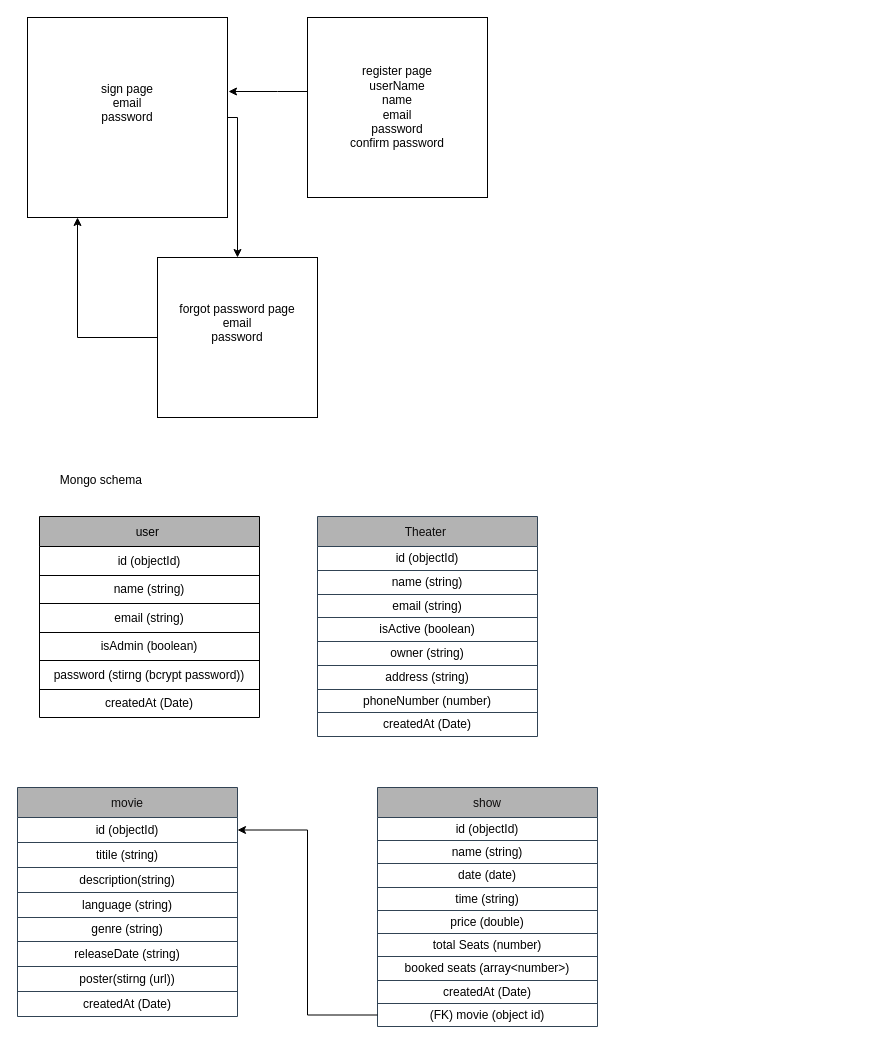
Before: Untitled Diagram.drawio in ajaychandel730/draw.io-diagram, a draw.io diagram. Source tidied: cells renumbered, new cells numbered last; positions are measured from the earlier drawing's top-left corner, leaving out a move shared by most shapes. Both pictures are drawn from the tidied source at 100%, with x=0, y=0 at pixel (17, 17).
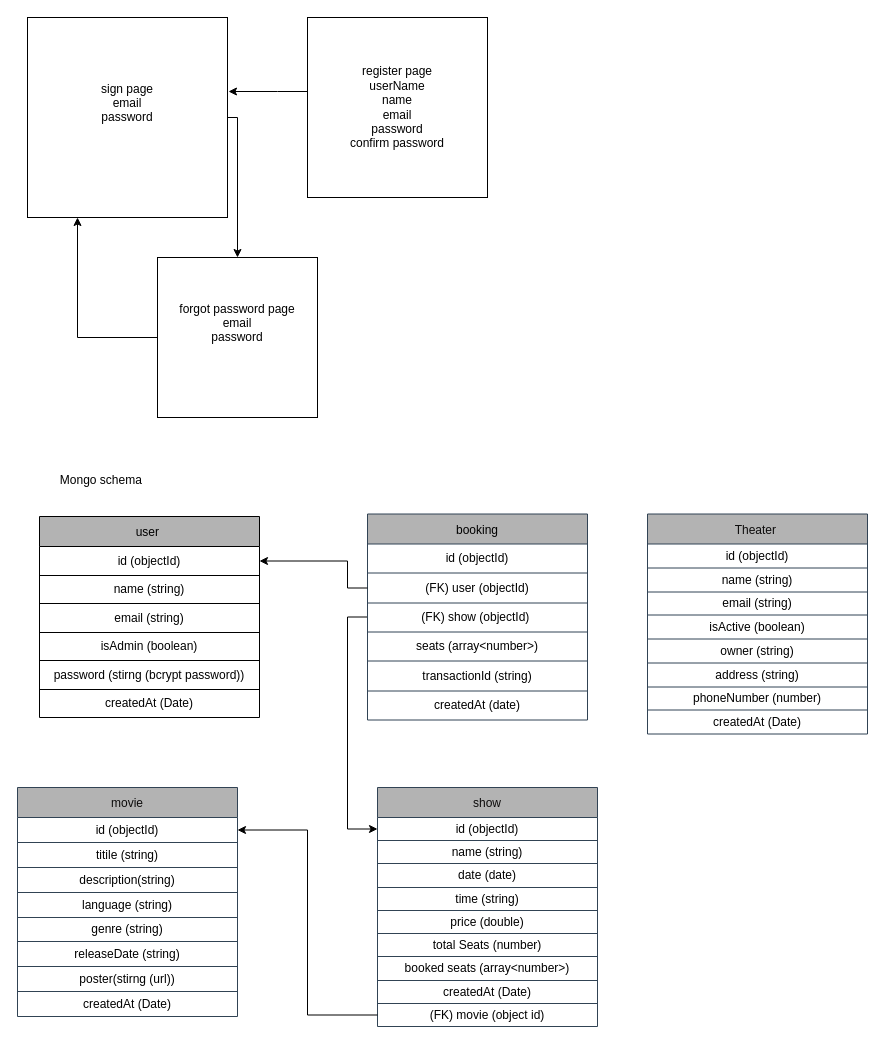
Above is the later version.

The change refers to these unchanged cells:
```xml
<mxCell id="9" style="shape=tableRow;horizontal=0;startSize=0;swimlaneHead=0;swimlaneBody=0;strokeColor=inherit;top=0;left=0;bottom=0;right=0;fillColor=none;points=[[0,0.5],[1,0.5]];portConstraint=eastwest;" parent="8" vertex="1">
  <mxGeometry y="30" width="220" height="29" as="geometry" />
</mxCell>
<mxCell id="57" style="shape=tableRow;horizontal=0;startSize=0;swimlaneHead=0;swimlaneBody=0;strokeColor=inherit;top=0;left=0;bottom=0;right=0;fillColor=none;points=[[0,0.5],[1,0.5]];portConstraint=eastwest;" parent="56" vertex="1">
  <mxGeometry y="30" width="220" height="23" as="geometry" />
</mxCell>
```

Diff of the diagram source:
```diff
@@
     <mxCell id="22" value="Theater " style="shape=table;startSize=30;childLayout=tableLayout;fillColor=#B3B3B3;labelBackgroundColor=#B3B3B3;strokeColor=#314354;fontColor=#0d0c0c;" parent="1" vertex="1">
-      <mxGeometry x="300" y="499" width="220" height="220" as="geometry" />
+      <mxGeometry x="630" y="496.5" width="220" height="220" as="geometry" />
     </mxCell>
@@
+    <mxCell id="76" style="edgeStyle=orthogonalEdgeStyle;rounded=0;jettySize=auto;html=1;entryX=0;entryY=0.5;entryDx=0;entryDy=0;" parent="1" edge="1" source="77" target="57">
+      <mxGeometry relative="1" as="geometry">
+        <Array as="points">
+          <mxPoint x="330" y="600" />
+          <mxPoint x="330" y="812" />
+        </Array>
+      </mxGeometry>
+    </mxCell>
+    <mxCell id="77" value="booking" style="shape=table;startSize=30;childLayout=tableLayout;fillColor=#B3B3B3;fontColor=#000000;strokeColor=#314354;" parent="1" vertex="1">
+      <mxGeometry x="350" y="496.5" width="220" height="206" as="geometry" />
+    </mxCell>
+    <mxCell id="78" style="shape=tableRow;horizontal=0;startSize=0;swimlaneHead=0;swimlaneBody=0;strokeColor=inherit;top=0;left=0;bottom=0;right=0;fillColor=none;" parent="77" vertex="1">
+      <mxGeometry y="30" width="220" height="29" as="geometry" />
+    </mxCell>
+    <mxCell id="79" value="id (objectId)" style="shape=partialRectangle;html=1;whiteSpace=wrap;strokeColor=inherit;overflow=hidden;fillColor=none;top=0;left=0;bottom=0;right=0;" parent="78" vertex="1">
+      <mxGeometry width="220" height="29" as="geometry" />
+    </mxCell>
+    <mxCell id="80" style="shape=tableRow;horizontal=0;startSize=0;swimlaneHead=0;swimlaneBody=0;strokeColor=inherit;top=0;left=0;bottom=0;right=0;fillColor=none;points=[[0,0.5],[1,0.5]];portConstraint=eastwest;" parent="77" vertex="1">
+      <mxGeometry y="59" width="220" height="30" as="geometry" />
+    </mxCell>
+    <mxCell id="81" value="(FK) user (objectId)" style="shape=partialRectangle;html=1;whiteSpace=wrap;strokeColor=inherit;overflow=hidden;fillColor=none;top=0;left=0;bottom=0;right=0;" parent="80" vertex="1">
+      <mxGeometry width="220" height="30" as="geometry" />
+    </mxCell>
+    <mxCell id="82" style="shape=tableRow;horizontal=0;startSize=0;swimlaneHead=0;swimlaneBody=0;strokeColor=inherit;top=0;left=0;bottom=0;right=0;fillColor=none;" parent="77" vertex="1">
+      <mxGeometry y="89" width="220" height="29" as="geometry" />
+    </mxCell>
+    <mxCell id="83" value="(FK) show (objectId)&amp;nbsp;" style="shape=partialRectangle;html=1;whiteSpace=wrap;strokeColor=inherit;overflow=hidden;fillColor=none;top=0;left=0;bottom=0;right=0;" parent="82" vertex="1">
+      <mxGeometry width="220" height="29" as="geometry" />
+    </mxCell>
+    <mxCell id="84" style="shape=tableRow;horizontal=0;startSize=0;swimlaneHead=0;swimlaneBody=0;strokeColor=inherit;top=0;left=0;bottom=0;right=0;fillColor=none;" parent="77" vertex="1">
+      <mxGeometry y="118" width="220" height="29" as="geometry" />
+    </mxCell>
+    <mxCell id="85" value="seats (array&amp;lt;number&amp;gt;)" style="shape=partialRectangle;html=1;whiteSpace=wrap;strokeColor=inherit;overflow=hidden;fillColor=none;top=0;left=0;bottom=0;right=0;" parent="84" vertex="1">
+      <mxGeometry width="220" height="29" as="geometry" />
+    </mxCell>
+    <mxCell id="86" style="shape=tableRow;horizontal=0;startSize=0;swimlaneHead=0;swimlaneBody=0;strokeColor=inherit;top=0;left=0;bottom=0;right=0;fillColor=none;" parent="77" vertex="1">
+      <mxGeometry y="147" width="220" height="30" as="geometry" />
+    </mxCell>
+    <mxCell id="87" value="transactionId (string)" style="shape=partialRectangle;html=1;whiteSpace=wrap;strokeColor=inherit;overflow=hidden;fillColor=none;top=0;left=0;bottom=0;right=0;" parent="86" vertex="1">
+      <mxGeometry width="220" height="30" as="geometry" />
+    </mxCell>
+    <mxCell id="88" style="shape=tableRow;horizontal=0;startSize=0;swimlaneHead=0;swimlaneBody=0;strokeColor=inherit;top=0;left=0;bottom=0;right=0;fillColor=none;" parent="77" vertex="1">
+      <mxGeometry y="177" width="220" height="29" as="geometry" />
+    </mxCell>
+    <mxCell id="89" value="createdAt (date)" style="shape=partialRectangle;html=1;whiteSpace=wrap;strokeColor=inherit;overflow=hidden;fillColor=none;top=0;left=0;bottom=0;right=0;" parent="88" vertex="1">
+      <mxGeometry width="220" height="29" as="geometry" />
+    </mxCell>
+    <mxCell id="90" style="edgeStyle=orthogonalEdgeStyle;rounded=0;jettySize=auto;html=1;entryX=1;entryY=0.5;entryDx=0;entryDy=0;" parent="1" edge="1" source="80" target="9">
+      <mxGeometry relative="1" as="geometry">
+        <Array as="points">
+          <mxPoint x="330" y="571" />
+          <mxPoint x="330" y="544" />
+        </Array>
+      </mxGeometry>
+    </mxCell>
```
